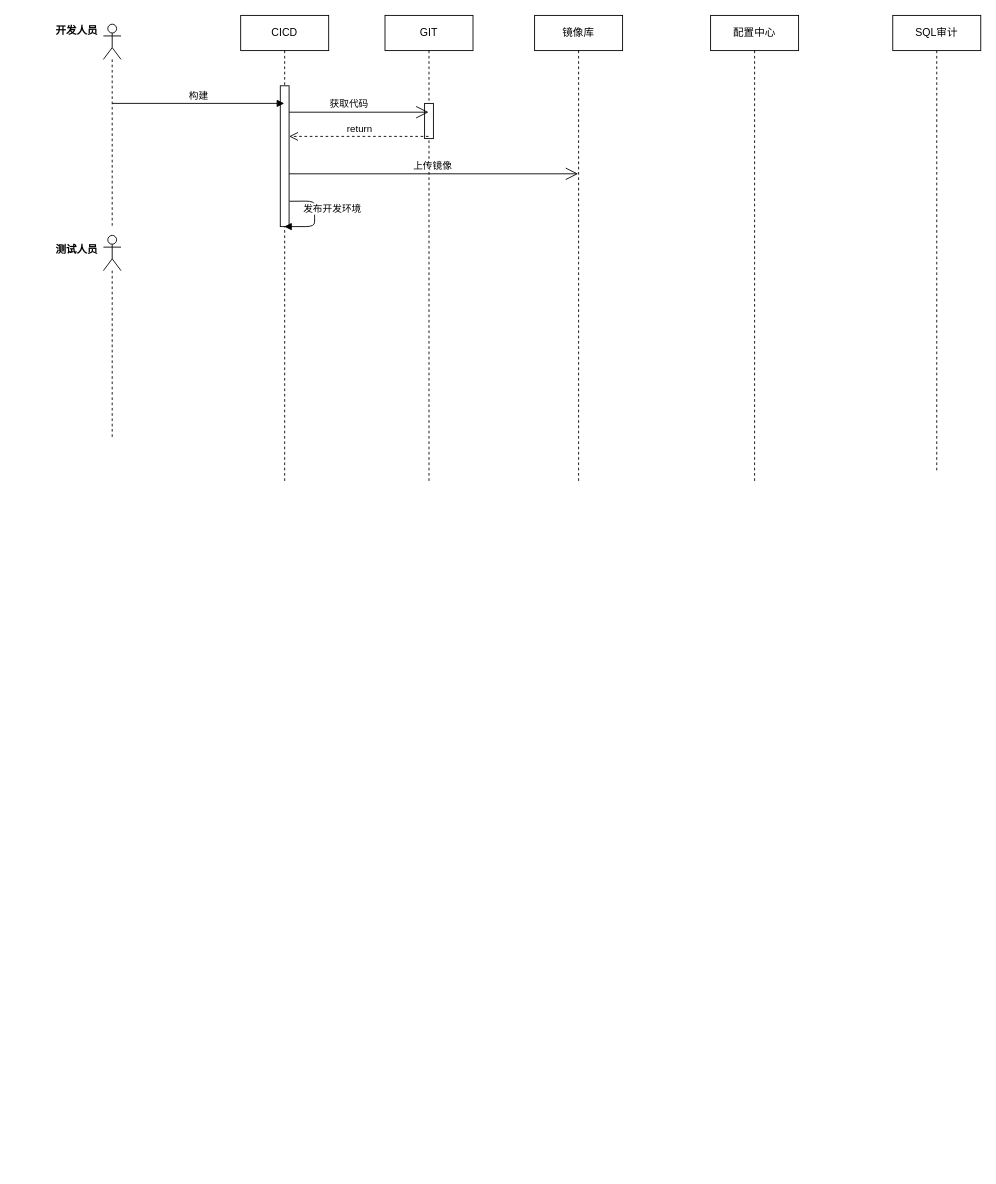
Earlier version of the draw.io diagram page "cicd/cmdb/配置中心" (5 of 5) of Untitled Diagram.drawio (RalapZ/golearn). Source tidied: cells renumbered, new cells numbered last; positions are measured from the earlier drawing's top-left corner, leaving out a move shared by most shapes. Both pictures are drawn from the tidied source at 88%, with x=0, y=0 at pixel (41, 15).
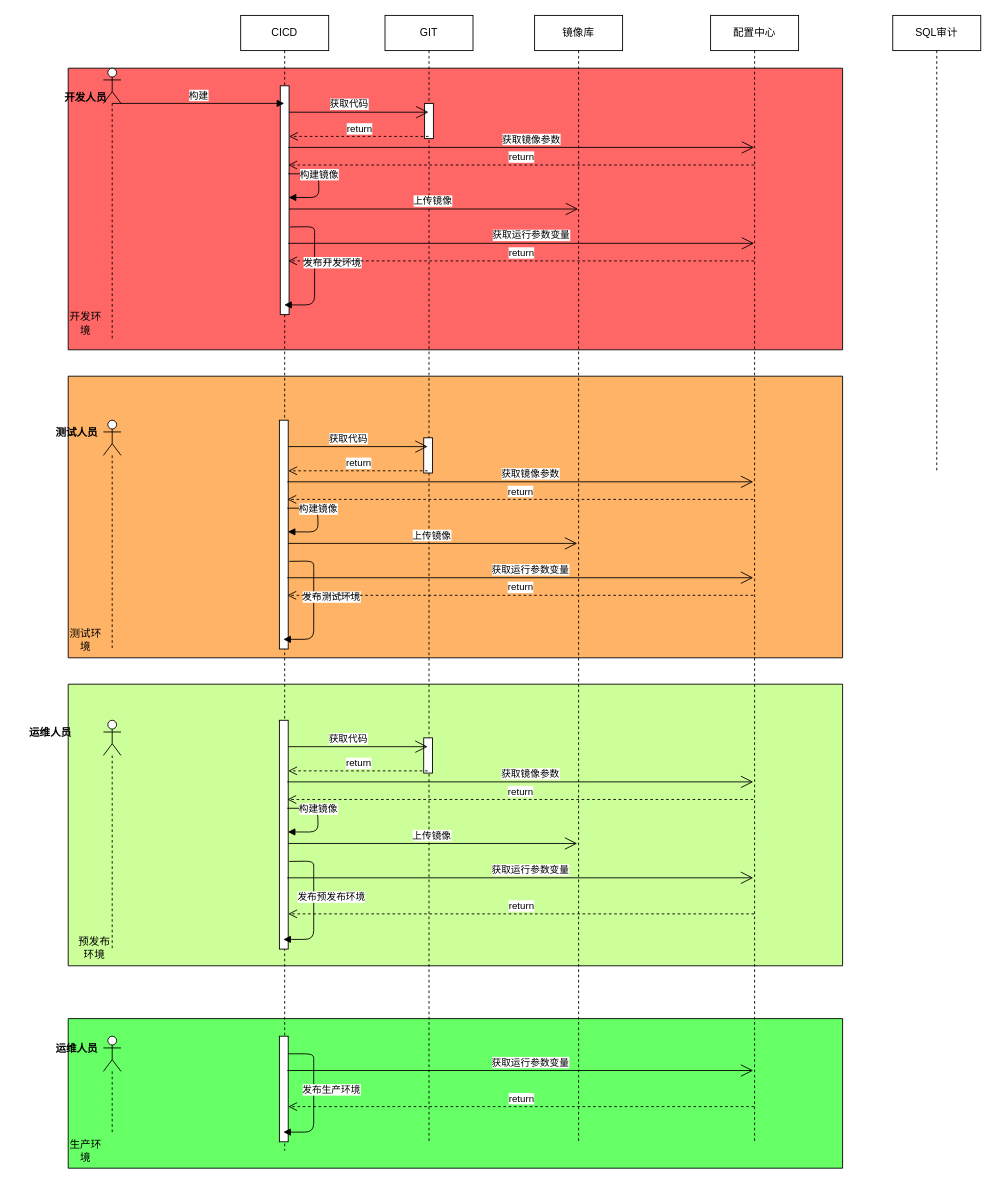
Above is the later version.

What changed in the source:
```diff
@@
+    <mxCell id="20" style="verticalLabelPosition=bottom;verticalAlign=top;html=1;shape=mxgraph.basic.rect;fillColor2=none;strokeWidth=1;size=20;indent=5;fillColor=#66FF66;" parent="1" vertex="1">
+      <mxGeometry x="30" y="1140" width="880" height="170" as="geometry" />
+    </mxCell>
+    <mxCell id="21" style="verticalLabelPosition=bottom;verticalAlign=top;html=1;shape=mxgraph.basic.rect;fillColor2=none;strokeWidth=1;size=20;indent=5;fillColor=#CCFF99;" parent="1" vertex="1">
+      <mxGeometry x="30" y="760" width="880" height="320" as="geometry" />
+    </mxCell>
+    <mxCell id="22" style="verticalLabelPosition=bottom;verticalAlign=top;html=1;shape=mxgraph.basic.rect;fillColor2=none;strokeWidth=1;size=20;indent=5;fillColor=#FFB366;" parent="1" vertex="1">
+      <mxGeometry x="30" y="410" width="880" height="320" as="geometry" />
+    </mxCell>
+    <mxCell id="23" style="verticalLabelPosition=bottom;verticalAlign=top;html=1;shape=mxgraph.basic.rect;fillColor2=none;strokeWidth=1;size=20;indent=5;fillColor=#FF6666;" parent="1" vertex="1">
+      <mxGeometry x="30" y="60" width="880" height="320" as="geometry" />
+    </mxCell>
     <mxCell id="2" style="shape=umlLifeline;participant=umlActor;perimeter=lifelinePerimeter;whiteSpace=wrap;html=1;verticalAlign=top;spacingTop=36;" parent="1" vertex="1">
-      <mxGeometry x="70" y="10" width="20" height="230" as="geometry" />
+      <mxGeometry x="70" y="60" width="20" height="310" as="geometry" />
     </mxCell>
     <mxCell id="3" value="开发人员" style="text;align=center;fontStyle=1;verticalAlign=middle;spacingLeft=3;spacingRight=3;strokeColor=none;" parent="1" vertex="1">
-      <mxGeometry y="4" width="80" height="26" as="geometry" />
+      <mxGeometry x="10" y="80" width="80" height="26" as="geometry" />
     </mxCell>
     <mxCell id="4" value="CICD" style="shape=umlLifeline;perimeter=lifelinePerimeter;whiteSpace=wrap;html=1;outlineConnect=0;" parent="1" vertex="1">
-      <mxGeometry x="226" width="100" height="530" as="geometry" />
+      <mxGeometry x="226" width="100" height="1290" as="geometry" />
     </mxCell>
     <mxCell id="5" style="html=1;points=[];perimeter=orthogonalPerimeter;" parent="4" vertex="1">
-      <mxGeometry x="45" y="80" width="10" height="160" as="geometry" />
+      <mxGeometry x="45" y="80" width="10" height="260" as="geometry" />
     </mxCell>
-    <mxCell id="6" value="发布开发环境" style="html=1;verticalAlign=bottom;endArrow=block;exitX=1.04;exitY=0.82;exitDx=0;exitDy=0;exitPerimeter=0;" parent="4" edge="1" source="5" target="4">
-      <mxGeometry x="0.03" y="20" relative="1" as="geometry">
-        <Array as="points">
-          <mxPoint x="84" y="211" />
-          <mxPoint x="84" y="220" />
-          <mxPoint x="84" y="240" />
-        </Array>
-      </mxGeometry>
-    </mxCell>
     <mxCell id="7" value="GIT" style="shape=umlLifeline;perimeter=lifelinePerimeter;whiteSpace=wrap;html=1;outlineConnect=0;" parent="1" vertex="1">
-      <mxGeometry x="390" width="100" height="530" as="geometry" />
+      <mxGeometry x="390" width="100" height="1280" as="geometry" />
     </mxCell>
@@
     <mxCell id="9" value="配置中心" style="shape=umlLifeline;perimeter=lifelinePerimeter;whiteSpace=wrap;html=1;outlineConnect=0;" parent="1" vertex="1">
-      <mxGeometry x="760" width="100" height="530" as="geometry" />
+      <mxGeometry x="760" width="100" height="1280" as="geometry" />
     </mxCell>
@@
     <mxCell id="15" value="镜像库" style="shape=umlLifeline;perimeter=lifelinePerimeter;whiteSpace=wrap;html=1;outlineConnect=0;" parent="1" vertex="1">
-      <mxGeometry x="560" width="100" height="530" as="geometry" />
+      <mxGeometry x="560" width="100" height="1280" as="geometry" />
     </mxCell>
-    <mxCell id="16" style="endArrow=open;endFill=1;endSize=12;html=1;" parent="1" edge="1" target="15">
+    <mxCell id="16" style="endArrow=open;endFill=1;endSize=12;html=1;" parent="1" edge="1">
       <mxGeometry relative="1" as="geometry">
-        <mxPoint x="281" y="180" as="sourcePoint" />
+        <mxPoint x="281" y="220" as="sourcePoint" />
+        <mxPoint x="609.5" y="220" as="targetPoint" />
       </mxGeometry>
     </mxCell>
@@
     <mxCell id="18" style="shape=umlLifeline;participant=umlActor;perimeter=lifelinePerimeter;whiteSpace=wrap;html=1;verticalAlign=top;spacingTop=36;" parent="1" vertex="1">
-      <mxGeometry x="70" y="250" width="20" height="230" as="geometry" />
+      <mxGeometry x="70" y="460" width="20" height="260" as="geometry" />
     </mxCell>
+    <mxCell id="6" value="发布开发环境" style="html=1;verticalAlign=bottom;endArrow=block;exitX=1.12;exitY=0.617;exitDx=0;exitDy=0;exitPerimeter=0;" parent="1" edge="1" source="5">
+      <mxGeometry x="0.03" y="20" relative="1" as="geometry">
+        <mxPoint x="275.5" y="329" as="targetPoint" />
+        <Array as="points">
+          <mxPoint x="310" y="240" />
+          <mxPoint x="310" y="249" />
+          <mxPoint x="310" y="329" />
+        </Array>
+      </mxGeometry>
+    </mxCell>
+    <mxCell id="24" style="endArrow=open;endFill=1;endSize=12;html=1;" parent="1" edge="1">
+      <mxGeometry relative="1" as="geometry">
+        <mxPoint x="280" y="259" as="sourcePoint" />
+        <mxPoint x="809.5" y="259" as="targetPoint" />
+      </mxGeometry>
+    </mxCell>
+    <mxCell id="25" value="获取运行参数变量" style="edgeLabel;html=1;align=center;verticalAlign=middle;" parent="24" vertex="1">
+      <mxGeometry x="0.12" y="4" relative="1" as="geometry">
+        <mxPoint x="-22" y="-6" as="offset" />
+      </mxGeometry>
+    </mxCell>
+    <mxCell id="26" value="return" style="html=1;verticalAlign=bottom;endArrow=open;dashed=1;endSize=8;" parent="1" edge="1">
+      <mxGeometry relative="1" as="geometry">
+        <mxPoint x="809.5" y="279" as="sourcePoint" />
+        <mxPoint x="280" y="279" as="targetPoint" />
+      </mxGeometry>
+    </mxCell>
+    <mxCell id="27" style="endArrow=open;endFill=1;endSize=12;html=1;" parent="1" edge="1" target="9">
+      <mxGeometry relative="1" as="geometry">
+        <mxPoint x="280" y="150" as="sourcePoint" />
+      </mxGeometry>
+    </mxCell>
+    <mxCell id="28" value="获取镜像参数" style="edgeLabel;html=1;align=center;verticalAlign=middle;" parent="27" vertex="1">
+      <mxGeometry x="0.12" y="4" relative="1" as="geometry">
+        <mxPoint x="-22" y="-6" as="offset" />
+      </mxGeometry>
+    </mxCell>
+    <mxCell id="29" value="return" style="html=1;verticalAlign=bottom;endArrow=open;dashed=1;endSize=8;" parent="1" edge="1">
+      <mxGeometry relative="1" as="geometry">
+        <mxPoint x="809.5" y="170" as="sourcePoint" />
+        <mxPoint x="280" y="170" as="targetPoint" />
+      </mxGeometry>
+    </mxCell>
+    <mxCell id="30" value="构建镜像" style="html=1;verticalAlign=bottom;endArrow=block;entryX=0.96;entryY=0.488;entryDx=0;entryDy=0;entryPerimeter=0;" parent="1" edge="1" target="5">
+      <mxGeometry x="-0.07" relative="1" as="geometry">
+        <mxPoint x="280" y="180" as="sourcePoint" />
+        <Array as="points">
+          <mxPoint x="314.5" y="180" />
+          <mxPoint x="315" y="207" />
+        </Array>
+      </mxGeometry>
+    </mxCell>
+    <mxCell id="31" style="html=1;points=[];perimeter=orthogonalPerimeter;" parent="1" vertex="1">
+      <mxGeometry x="270" y="460" width="10" height="260" as="geometry" />
+    </mxCell>
+    <mxCell id="32" style="html=1;perimeter=orthogonalPerimeter;" parent="1" vertex="1">
+      <mxGeometry x="434" y="480" width="10" height="40" as="geometry" />
+    </mxCell>
+    <mxCell id="33" style="endArrow=open;endFill=1;endSize=12;html=1;" parent="1" edge="1">
+      <mxGeometry relative="1" as="geometry">
+        <mxPoint x="280" y="490" as="sourcePoint" />
+        <mxPoint x="438.5" y="490" as="targetPoint" />
+      </mxGeometry>
+    </mxCell>
+    <mxCell id="34" value="获取代码" style="edgeLabel;html=1;align=center;verticalAlign=middle;" parent="33" vertex="1">
+      <mxGeometry x="0.12" y="4" relative="1" as="geometry">
+        <mxPoint x="-22" y="-6" as="offset" />
+      </mxGeometry>
+    </mxCell>
+    <mxCell id="35" value="return" style="html=1;verticalAlign=bottom;endArrow=open;dashed=1;endSize=8;" parent="1" edge="1">
+      <mxGeometry relative="1" as="geometry">
+        <mxPoint x="438.5" y="517.5" as="sourcePoint" />
+        <mxPoint x="280" y="517.5" as="targetPoint" />
+      </mxGeometry>
+    </mxCell>
+    <mxCell id="36" style="endArrow=open;endFill=1;endSize=12;html=1;" parent="1" edge="1">
+      <mxGeometry relative="1" as="geometry">
+        <mxPoint x="280" y="600" as="sourcePoint" />
+        <mxPoint x="608.5" y="600" as="targetPoint" />
+      </mxGeometry>
+    </mxCell>
+    <mxCell id="37" value="上传镜像" style="edgeLabel;html=1;align=center;verticalAlign=middle;" parent="36" vertex="1">
+      <mxGeometry x="0.12" y="4" relative="1" as="geometry">
+        <mxPoint x="-22" y="-6" as="offset" />
+      </mxGeometry>
+    </mxCell>
+    <mxCell id="38" value="发布测试环境" style="html=1;verticalAlign=bottom;endArrow=block;exitX=1.12;exitY=0.617;exitDx=0;exitDy=0;exitPerimeter=0;" parent="1" edge="1" source="31">
+      <mxGeometry x="0.03" y="20" relative="1" as="geometry">
+        <mxPoint x="274.5" y="709" as="targetPoint" />
+        <Array as="points">
+          <mxPoint x="309" y="620" />
+          <mxPoint x="309" y="629" />
+          <mxPoint x="309" y="709" />
+        </Array>
+      </mxGeometry>
+    </mxCell>
+    <mxCell id="39" style="endArrow=open;endFill=1;endSize=12;html=1;" parent="1" edge="1">
+      <mxGeometry relative="1" as="geometry">
+        <mxPoint x="279" y="639" as="sourcePoint" />
+        <mxPoint x="808.5" y="639" as="targetPoint" />
+      </mxGeometry>
+    </mxCell>
+    <mxCell id="40" value="获取运行参数变量" style="edgeLabel;html=1;align=center;verticalAlign=middle;" parent="39" vertex="1">
+      <mxGeometry x="0.12" y="4" relative="1" as="geometry">
+        <mxPoint x="-22" y="-6" as="offset" />
+      </mxGeometry>
+    </mxCell>
+    <mxCell id="41" value="return" style="html=1;verticalAlign=bottom;endArrow=open;dashed=1;endSize=8;" parent="1" edge="1">
+      <mxGeometry relative="1" as="geometry">
+        <mxPoint x="808.5" y="659" as="sourcePoint" />
+        <mxPoint x="279" y="659" as="targetPoint" />
+      </mxGeometry>
+    </mxCell>
+    <mxCell id="42" style="endArrow=open;endFill=1;endSize=12;html=1;" parent="1" edge="1">
+      <mxGeometry relative="1" as="geometry">
+        <mxPoint x="279" y="530" as="sourcePoint" />
+        <mxPoint x="808.5" y="530" as="targetPoint" />
+      </mxGeometry>
+    </mxCell>
+    <mxCell id="43" value="获取镜像参数" style="edgeLabel;html=1;align=center;verticalAlign=middle;" parent="42" vertex="1">
+      <mxGeometry x="0.12" y="4" relative="1" as="geometry">
+        <mxPoint x="-22" y="-6" as="offset" />
+      </mxGeometry>
+    </mxCell>
+    <mxCell id="44" value="return" style="html=1;verticalAlign=bottom;endArrow=open;dashed=1;endSize=8;" parent="1" edge="1">
+      <mxGeometry relative="1" as="geometry">
+        <mxPoint x="808.5" y="550" as="sourcePoint" />
+        <mxPoint x="279" y="550" as="targetPoint" />
+      </mxGeometry>
+    </mxCell>
+    <mxCell id="45" value="构建镜像" style="html=1;verticalAlign=bottom;endArrow=block;entryX=0.96;entryY=0.488;entryDx=0;entryDy=0;entryPerimeter=0;" parent="1" edge="1" target="31">
+      <mxGeometry x="-0.07" relative="1" as="geometry">
+        <mxPoint x="279" y="560" as="sourcePoint" />
+        <Array as="points">
+          <mxPoint x="313.5" y="560" />
+          <mxPoint x="314" y="587" />
+        </Array>
+      </mxGeometry>
+    </mxCell>
     <mxCell id="19" value="测试人员" style="text;align=center;fontStyle=1;verticalAlign=middle;spacingLeft=3;spacingRight=3;strokeColor=none;" parent="1" vertex="1">
-      <mxGeometry y="252" width="80" height="26" as="geometry" />
+      <mxGeometry y="460" width="80" height="26" as="geometry" />
     </mxCell>
+    <mxCell id="46" style="shape=umlLifeline;participant=umlActor;perimeter=lifelinePerimeter;whiteSpace=wrap;html=1;verticalAlign=top;spacingTop=36;" parent="1" vertex="1">
+      <mxGeometry x="70" y="801" width="20" height="260" as="geometry" />
+    </mxCell>
+    <mxCell id="47" style="html=1;points=[];perimeter=orthogonalPerimeter;" parent="1" vertex="1">
+      <mxGeometry x="270" y="801" width="10" height="260" as="geometry" />
+    </mxCell>
+    <mxCell id="48" style="html=1;perimeter=orthogonalPerimeter;" parent="1" vertex="1">
+      <mxGeometry x="434" y="821" width="10" height="40" as="geometry" />
+    </mxCell>
+    <mxCell id="49" style="endArrow=open;endFill=1;endSize=12;html=1;" parent="1" edge="1">
+      <mxGeometry relative="1" as="geometry">
+        <mxPoint x="280" y="831" as="sourcePoint" />
+        <mxPoint x="438.5" y="831" as="targetPoint" />
+      </mxGeometry>
+    </mxCell>
+    <mxCell id="50" value="获取代码" style="edgeLabel;html=1;align=center;verticalAlign=middle;" parent="49" vertex="1">
+      <mxGeometry x="0.12" y="4" relative="1" as="geometry">
+        <mxPoint x="-22" y="-6" as="offset" />
+      </mxGeometry>
+    </mxCell>
+    <mxCell id="51" value="return" style="html=1;verticalAlign=bottom;endArrow=open;dashed=1;endSize=8;" parent="1" edge="1">
+      <mxGeometry relative="1" as="geometry">
+        <mxPoint x="438.5" y="858.5" as="sourcePoint" />
+        <mxPoint x="280" y="858.5" as="targetPoint" />
+      </mxGeometry>
+    </mxCell>
+    <mxCell id="52" style="endArrow=open;endFill=1;endSize=12;html=1;" parent="1" edge="1">
+      <mxGeometry relative="1" as="geometry">
+        <mxPoint x="280" y="941" as="sourcePoint" />
+        <mxPoint x="608.5" y="941" as="targetPoint" />
+      </mxGeometry>
+    </mxCell>
+    <mxCell id="53" value="上传镜像" style="edgeLabel;html=1;align=center;verticalAlign=middle;" parent="52" vertex="1">
+      <mxGeometry x="0.12" y="4" relative="1" as="geometry">
+        <mxPoint x="-22" y="-6" as="offset" />
+      </mxGeometry>
+    </mxCell>
+    <mxCell id="54" value="发布预发布环境" style="html=1;verticalAlign=bottom;endArrow=block;exitX=1.12;exitY=0.617;exitDx=0;exitDy=0;exitPerimeter=0;" parent="1" edge="1" source="47">
+      <mxGeometry x="0.03" y="20" relative="1" as="geometry">
+        <mxPoint x="274.5" y="1050" as="targetPoint" />
+        <Array as="points">
+          <mxPoint x="309" y="961" />
+          <mxPoint x="309" y="970" />
+          <mxPoint x="309" y="1050" />
+        </Array>
+      </mxGeometry>
+    </mxCell>
+    <mxCell id="55" style="endArrow=open;endFill=1;endSize=12;html=1;" parent="1" edge="1">
+      <mxGeometry relative="1" as="geometry">
+        <mxPoint x="279" y="980" as="sourcePoint" />
+        <mxPoint x="808.5" y="980" as="targetPoint" />
+      </mxGeometry>
+    </mxCell>
+    <mxCell id="56" value="获取运行参数变量" style="edgeLabel;html=1;align=center;verticalAlign=middle;" parent="55" vertex="1">
+      <mxGeometry x="0.12" y="4" relative="1" as="geometry">
+        <mxPoint x="-22" y="-6" as="offset" />
+      </mxGeometry>
+    </mxCell>
+    <mxCell id="57" value="return" style="html=1;verticalAlign=bottom;endArrow=open;dashed=1;endSize=8;" parent="1" edge="1">
+      <mxGeometry relative="1" as="geometry">
+        <mxPoint x="809.5" y="1021" as="sourcePoint" />
+        <mxPoint x="280" y="1021" as="targetPoint" />
+      </mxGeometry>
+    </mxCell>
+    <mxCell id="58" style="endArrow=open;endFill=1;endSize=12;html=1;" parent="1" edge="1">
+      <mxGeometry relative="1" as="geometry">
+        <mxPoint x="279" y="871" as="sourcePoint" />
+        <mxPoint x="808.5" y="871" as="targetPoint" />
+      </mxGeometry>
+    </mxCell>
+    <mxCell id="59" value="获取镜像参数" style="edgeLabel;html=1;align=center;verticalAlign=middle;" parent="58" vertex="1">
+      <mxGeometry x="0.12" y="4" relative="1" as="geometry">
+        <mxPoint x="-22" y="-6" as="offset" />
+      </mxGeometry>
+    </mxCell>
+    <mxCell id="60" value="return" style="html=1;verticalAlign=bottom;endArrow=open;dashed=1;endSize=8;" parent="1" edge="1">
+      <mxGeometry relative="1" as="geometry">
+        <mxPoint x="808.5" y="891" as="sourcePoint" />
+        <mxPoint x="279" y="891" as="targetPoint" />
+      </mxGeometry>
+    </mxCell>
+    <mxCell id="61" value="构建镜像" style="html=1;verticalAlign=bottom;endArrow=block;entryX=0.96;entryY=0.488;entryDx=0;entryDy=0;entryPerimeter=0;" parent="1" edge="1" target="47">
+      <mxGeometry x="-0.07" relative="1" as="geometry">
+        <mxPoint x="279" y="901" as="sourcePoint" />
+        <Array as="points">
+          <mxPoint x="313.5" y="901" />
+          <mxPoint x="314" y="928" />
+        </Array>
+      </mxGeometry>
+    </mxCell>
+    <mxCell id="62" value="运维人员" style="text;align=center;fontStyle=1;verticalAlign=middle;spacingLeft=3;spacingRight=3;strokeColor=none;" parent="1" vertex="1">
+      <mxGeometry x="-30" y="801" width="80" height="26" as="geometry" />
+    </mxCell>
+    <mxCell id="63" style="shape=umlLifeline;participant=umlActor;perimeter=lifelinePerimeter;whiteSpace=wrap;html=1;verticalAlign=top;spacingTop=36;" parent="1" vertex="1">
+      <mxGeometry x="70" y="1160" width="20" height="110" as="geometry" />
+    </mxCell>
+    <mxCell id="64" style="html=1;points=[];perimeter=orthogonalPerimeter;" parent="1" vertex="1">
+      <mxGeometry x="270" y="1160" width="10" height="120" as="geometry" />
+    </mxCell>
+    <mxCell id="65" value="发布生产环境" style="html=1;verticalAlign=bottom;endArrow=block;" parent="1" edge="1" source="64">
+      <mxGeometry x="0.03" y="20" relative="1" as="geometry">
+        <mxPoint x="274.5" y="1269" as="targetPoint" />
+        <Array as="points">
+          <mxPoint x="309" y="1180" />
+          <mxPoint x="309" y="1189" />
+          <mxPoint x="309" y="1269" />
+        </Array>
+      </mxGeometry>
+    </mxCell>
+    <mxCell id="66" style="endArrow=open;endFill=1;endSize=12;html=1;" parent="1" edge="1">
+      <mxGeometry relative="1" as="geometry">
+        <mxPoint x="279" y="1199" as="sourcePoint" />
+        <mxPoint x="808.5" y="1199" as="targetPoint" />
+      </mxGeometry>
+    </mxCell>
+    <mxCell id="67" value="获取运行参数变量" style="edgeLabel;html=1;align=center;verticalAlign=middle;" parent="66" vertex="1">
+      <mxGeometry x="0.12" y="4" relative="1" as="geometry">
+        <mxPoint x="-22" y="-6" as="offset" />
+      </mxGeometry>
+    </mxCell>
+    <mxCell id="68" value="return" style="html=1;verticalAlign=bottom;endArrow=open;dashed=1;endSize=8;" parent="1" edge="1">
+      <mxGeometry relative="1" as="geometry">
+        <mxPoint x="809.5" y="1240" as="sourcePoint" />
+        <mxPoint x="280" y="1240" as="targetPoint" />
+      </mxGeometry>
+    </mxCell>
+    <mxCell id="69" value="运维人员" style="text;align=center;fontStyle=1;verticalAlign=middle;spacingLeft=3;spacingRight=3;strokeColor=none;" parent="1" vertex="1">
+      <mxGeometry y="1160" width="80" height="26" as="geometry" />
+    </mxCell>
+    <mxCell id="70" value="开发环境" style="text;html=1;strokeColor=none;fillColor=none;align=center;verticalAlign=middle;whiteSpace=wrap;rounded=0;" parent="1" vertex="1">
+      <mxGeometry x="30" y="340" width="40" height="20" as="geometry" />
+    </mxCell>
+    <mxCell id="71" value="测试环境" style="text;html=1;strokeColor=none;fillColor=none;align=center;verticalAlign=middle;whiteSpace=wrap;rounded=0;" parent="1" vertex="1">
+      <mxGeometry x="30" y="700" width="40" height="20" as="geometry" />
+    </mxCell>
+    <mxCell id="72" value="预发布环境" style="text;html=1;strokeColor=none;fillColor=none;align=center;verticalAlign=middle;whiteSpace=wrap;rounded=0;" parent="1" vertex="1">
+      <mxGeometry x="40" y="1050" width="40" height="20" as="geometry" />
+    </mxCell>
+    <mxCell id="73" value="生产环境" style="text;html=1;strokeColor=none;fillColor=none;align=center;verticalAlign=middle;whiteSpace=wrap;rounded=0;" parent="1" vertex="1">
+      <mxGeometry x="30" y="1280" width="40" height="20" as="geometry" />
+    </mxCell>
```
